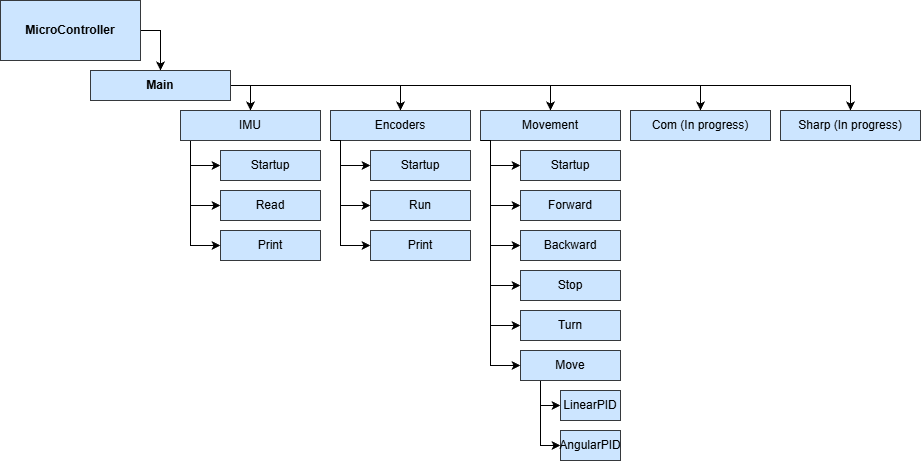
The draw.io diagram CodeDiagram.drawio.png in Gab1575/MREN203_Group9, before a commit. Source tidied: cells renumbered, new cells last; positions are measured from the earlier drawing's top-left corner, leaving out a move shared by most shapes.
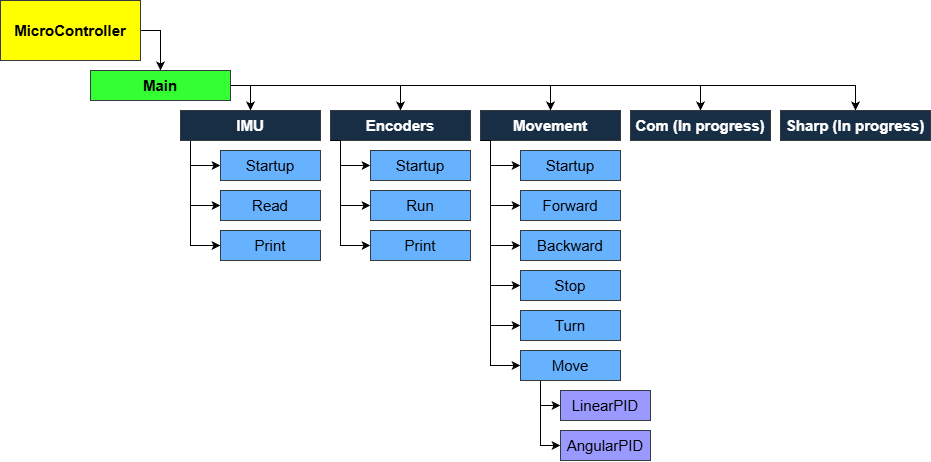
After the change.

Diff of the diagram source:
```diff
@@ -2,39 +2,39 @@
   <root>
     <mxCell id="0" />
     <mxCell id="1" parent="0" />
-    <mxCell id="2" style="edgeStyle=orthogonalEdgeStyle;rounded=0;jettySize=auto;html=1;entryX=0.5;entryY=0;entryDx=0;entryDy=0;" parent="1" edge="1" source="3" target="9">
+    <mxCell id="2" style="edgeStyle=orthogonalEdgeStyle;rounded=0;jettySize=auto;html=1;entryX=0.5;entryY=0;entryDx=0;entryDy=0;fontSize=15;" parent="1" edge="1" source="3" target="9">
       <mxGeometry relative="1" as="geometry">
         <Array as="points">
           <mxPoint x="160" y="30" />
         </Array>
       </mxGeometry>
     </mxCell>
-    <mxCell id="3" value="&lt;font style=&quot;color: light-dark(rgb(0, 0, 0), rgb(0, 0, 0));&quot;&gt;&lt;b&gt;MicroController&lt;/b&gt;&lt;/font&gt;" style="rounded=0;whiteSpace=wrap;html=1;fillColor=light-dark(#CCE5FF,#FFFF00);strokeColor=#36393d;" parent="1" vertex="1">
+    <mxCell id="3" value="&lt;font style=&quot;color: light-dark(rgb(0, 0, 0), rgb(0, 0, 0));&quot;&gt;&lt;b&gt;MicroController&lt;/b&gt;&lt;/font&gt;" style="rounded=0;whiteSpace=wrap;html=1;fillColor=light-dark(#FFFF00,#FFFF00);strokeColor=#36393d;fontSize=15;" parent="1" vertex="1">
       <mxGeometry width="140" height="60" as="geometry" />
     </mxCell>
-    <mxCell id="4" style="edgeStyle=orthogonalEdgeStyle;rounded=0;jettySize=auto;html=1;entryX=0.5;entryY=0;entryDx=0;entryDy=0;" parent="1" edge="1" source="9" target="11">
+    <mxCell id="4" style="edgeStyle=orthogonalEdgeStyle;rounded=0;jettySize=auto;html=1;entryX=0.5;entryY=0;entryDx=0;entryDy=0;fontSize=15;" parent="1" edge="1" source="9" target="11">
       <mxGeometry relative="1" as="geometry">
         <Array as="points">
           <mxPoint x="250" y="85" />
         </Array>
       </mxGeometry>
     </mxCell>
-    <mxCell id="5" style="edgeStyle=orthogonalEdgeStyle;rounded=0;jettySize=auto;html=1;entryX=0.5;entryY=0;entryDx=0;entryDy=0;" parent="1" edge="1" source="9" target="15">
+    <mxCell id="5" style="edgeStyle=orthogonalEdgeStyle;rounded=0;jettySize=auto;html=1;entryX=0.5;entryY=0;entryDx=0;entryDy=0;fontSize=15;" parent="1" edge="1" source="9" target="15">
       <mxGeometry relative="1" as="geometry" />
     </mxCell>
-    <mxCell id="6" style="edgeStyle=orthogonalEdgeStyle;rounded=0;jettySize=auto;html=1;exitX=1;exitY=0.5;exitDx=0;exitDy=0;entryX=0.5;entryY=0;entryDx=0;entryDy=0;" parent="1" edge="1" source="9" target="19">
+    <mxCell id="6" style="edgeStyle=orthogonalEdgeStyle;rounded=0;jettySize=auto;html=1;exitX=1;exitY=0.5;exitDx=0;exitDy=0;entryX=0.5;entryY=0;entryDx=0;entryDy=0;fontSize=15;" parent="1" edge="1" source="9" target="19">
       <mxGeometry relative="1" as="geometry" />
     </mxCell>
-    <mxCell id="7" style="edgeStyle=orthogonalEdgeStyle;rounded=0;jettySize=auto;html=1;entryX=0.5;entryY=0;entryDx=0;entryDy=0;" parent="1" edge="1" source="9" target="29">
+    <mxCell id="7" style="edgeStyle=orthogonalEdgeStyle;rounded=0;jettySize=auto;html=1;entryX=0.5;entryY=0;entryDx=0;entryDy=0;fontSize=15;" parent="1" edge="1" source="9" target="29">
       <mxGeometry relative="1" as="geometry" />
     </mxCell>
-    <mxCell id="8" style="edgeStyle=orthogonalEdgeStyle;rounded=0;jettySize=auto;html=1;entryX=0.5;entryY=0;entryDx=0;entryDy=0;" parent="1" edge="1" source="9" target="30">
+    <mxCell id="8" style="edgeStyle=orthogonalEdgeStyle;rounded=0;jettySize=auto;html=1;entryX=0.5;entryY=0;entryDx=0;entryDy=0;fontSize=15;" parent="1" edge="1" source="9" target="30">
       <mxGeometry relative="1" as="geometry" />
     </mxCell>
-    <mxCell id="9" value="&lt;b&gt;&lt;font style=&quot;color: light-dark(rgb(0, 0, 0), rgb(0, 0, 0));&quot;&gt;Main&lt;/font&gt;&lt;/b&gt;" style="rounded=0;whiteSpace=wrap;html=1;fillColor=light-dark(#CCE5FF,#33FF33);strokeColor=#36393d;" parent="1" vertex="1">
+    <mxCell id="9" value="&lt;b&gt;&lt;font style=&quot;color: light-dark(rgb(0, 0, 0), rgb(0, 0, 0));&quot;&gt;Main&lt;/font&gt;&lt;/b&gt;" style="rounded=0;whiteSpace=wrap;html=1;fillColor=light-dark(#33FF33,#33FF33);strokeColor=#36393d;fontSize=15;" parent="1" vertex="1">
       <mxGeometry x="90" y="70" width="140" height="30" as="geometry" />
     </mxCell>
-    <mxCell id="10" style="edgeStyle=orthogonalEdgeStyle;rounded=0;jettySize=auto;html=1;exitX=0;exitY=1;exitDx=0;exitDy=0;entryX=0;entryY=0.5;entryDx=0;entryDy=0;" parent="1" edge="1" source="11" target="12">
+    <mxCell id="10" style="edgeStyle=orthogonalEdgeStyle;rounded=0;jettySize=auto;html=1;exitX=0;exitY=1;exitDx=0;exitDy=0;entryX=0;entryY=0.5;entryDx=0;entryDy=0;fontSize=15;" parent="1" edge="1" source="11" target="12">
       <mxGeometry relative="1" as="geometry">
         <Array as="points">
           <mxPoint x="190" y="140" />
@@ -42,49 +42,49 @@
         </Array>
       </mxGeometry>
     </mxCell>
-    <mxCell id="11" value="IMU" style="rounded=0;whiteSpace=wrap;html=1;fillColor=#cce5ff;strokeColor=#36393d;" parent="1" vertex="1">
+    <mxCell id="11" value="IMU" style="rounded=0;whiteSpace=wrap;html=1;fillColor=light-dark(#182E44,#182E44);strokeColor=#36393d;fontSize=15;fontColor=#FFFFFF;fontStyle=1;" parent="1" vertex="1">
       <mxGeometry x="180" y="110" width="140" height="30" as="geometry" />
     </mxCell>
-    <mxCell id="12" value="Startup" style="rounded=0;whiteSpace=wrap;html=1;fillColor=light-dark(#CCE5FF,#66B2FF);strokeColor=#36393d;" parent="1" vertex="1">
+    <mxCell id="12" value="Startup" style="rounded=0;whiteSpace=wrap;html=1;fillColor=light-dark(#66B2FF,#66B2FF);strokeColor=#36393d;fontSize=15;" parent="1" vertex="1">
       <mxGeometry x="220" y="150" width="100" height="30" as="geometry" />
     </mxCell>
-    <mxCell id="13" value="Read" style="rounded=0;whiteSpace=wrap;html=1;fillColor=light-dark(#CCE5FF,#66B2FF);strokeColor=#36393d;" parent="1" vertex="1">
+    <mxCell id="13" value="Read" style="rounded=0;whiteSpace=wrap;html=1;fillColor=light-dark(#66B2FF,#66B2FF);strokeColor=#36393d;fontSize=15;" parent="1" vertex="1">
       <mxGeometry x="220" y="190" width="100" height="30" as="geometry" />
     </mxCell>
-    <mxCell id="14" value="Print" style="rounded=0;whiteSpace=wrap;html=1;fillColor=light-dark(#CCE5FF,#66B2FF);strokeColor=#36393d;" parent="1" vertex="1">
+    <mxCell id="14" value="Print" style="rounded=0;whiteSpace=wrap;html=1;fillColor=light-dark(#66B2FF,#66B2FF);strokeColor=#36393d;fontSize=15;" parent="1" vertex="1">
       <mxGeometry x="220" y="230" width="100" height="30" as="geometry" />
     </mxCell>
-    <mxCell id="15" value="Encoders" style="rounded=0;whiteSpace=wrap;html=1;fillColor=#cce5ff;strokeColor=#36393d;" parent="1" vertex="1">
+    <mxCell id="15" value="Encoders" style="rounded=0;whiteSpace=wrap;html=1;fillColor=light-dark(#182E44,#182E44);strokeColor=#36393d;fontSize=15;fontColor=#FFFFFF;fontStyle=1;" parent="1" vertex="1">
       <mxGeometry x="330" y="110" width="140" height="30" as="geometry" />
     </mxCell>
-    <mxCell id="16" value="Startup" style="rounded=0;whiteSpace=wrap;html=1;fillColor=light-dark(#CCE5FF,#66B2FF);strokeColor=#36393d;" parent="1" vertex="1">
+    <mxCell id="16" value="Startup" style="rounded=0;whiteSpace=wrap;html=1;fillColor=light-dark(#66B2FF,#66B2FF);strokeColor=#36393d;fontSize=15;" parent="1" vertex="1">
       <mxGeometry x="370" y="150" width="100" height="30" as="geometry" />
     </mxCell>
-    <mxCell id="17" value="Run" style="rounded=0;whiteSpace=wrap;html=1;fillColor=light-dark(#CCE5FF,#66B2FF);strokeColor=#36393d;" parent="1" vertex="1">
+    <mxCell id="17" value="Run" style="rounded=0;whiteSpace=wrap;html=1;fillColor=light-dark(#66B2FF,#66B2FF);strokeColor=#36393d;fontSize=15;" parent="1" vertex="1">
       <mxGeometry x="370" y="190" width="100" height="30" as="geometry" />
     </mxCell>
-    <mxCell id="18" value="Print" style="rounded=0;whiteSpace=wrap;html=1;fillColor=light-dark(#CCE5FF,#66B2FF);strokeColor=#36393d;" parent="1" vertex="1">
+    <mxCell id="18" value="Print" style="rounded=0;whiteSpace=wrap;html=1;fillColor=light-dark(#66B2FF,#66B2FF);strokeColor=#36393d;fontSize=15;" parent="1" vertex="1">
       <mxGeometry x="370" y="230" width="100" height="30" as="geometry" />
     </mxCell>
-    <mxCell id="19" value="Movement" style="rounded=0;whiteSpace=wrap;html=1;fillColor=#cce5ff;strokeColor=#36393d;" parent="1" vertex="1">
+    <mxCell id="19" value="Movement" style="rounded=0;whiteSpace=wrap;html=1;fillColor=light-dark(#182E44,#182E44);strokeColor=#36393d;fontSize=15;fontColor=#FFFFFF;fontStyle=1;" parent="1" vertex="1">
       <mxGeometry x="480" y="110" width="140" height="30" as="geometry" />
     </mxCell>
-    <mxCell id="20" value="Startup" style="rounded=0;whiteSpace=wrap;html=1;fillColor=light-dark(#CCE5FF,#66B2FF);strokeColor=#36393d;" parent="1" vertex="1">
+    <mxCell id="20" value="Startup" style="rounded=0;whiteSpace=wrap;html=1;fillColor=light-dark(#66B2FF,#66B2FF);strokeColor=#36393d;fontSize=15;" parent="1" vertex="1">
       <mxGeometry x="520" y="150" width="100" height="30" as="geometry" />
     </mxCell>
-    <mxCell id="21" value="Forward" style="rounded=0;whiteSpace=wrap;html=1;fillColor=light-dark(#CCE5FF,#66B2FF);strokeColor=#36393d;" parent="1" vertex="1">
+    <mxCell id="21" value="Forward" style="rounded=0;whiteSpace=wrap;html=1;fillColor=light-dark(#66B2FF,#66B2FF);strokeColor=#36393d;fontSize=15;" parent="1" vertex="1">
       <mxGeometry x="520" y="190" width="100" height="30" as="geometry" />
     </mxCell>
-    <mxCell id="22" value="Backward" style="rounded=0;whiteSpace=wrap;html=1;fillColor=light-dark(#CCE5FF,#66B2FF);strokeColor=#36393d;" parent="1" vertex="1">
+    <mxCell id="22" value="Backward" style="rounded=0;whiteSpace=wrap;html=1;fillColor=light-dark(#66B2FF,#66B2FF);strokeColor=#36393d;fontSize=15;" parent="1" vertex="1">
       <mxGeometry x="520" y="230" width="100" height="30" as="geometry" />
     </mxCell>
-    <mxCell id="23" value="Stop" style="rounded=0;whiteSpace=wrap;html=1;fillColor=light-dark(#CCE5FF,#66B2FF);strokeColor=#36393d;" parent="1" vertex="1">
+    <mxCell id="23" value="Stop" style="rounded=0;whiteSpace=wrap;html=1;fillColor=light-dark(#66B2FF,#66B2FF);strokeColor=#36393d;fontSize=15;" parent="1" vertex="1">
       <mxGeometry x="520" y="270" width="100" height="30" as="geometry" />
     </mxCell>
-    <mxCell id="24" value="Turn" style="rounded=0;whiteSpace=wrap;html=1;fillColor=light-dark(#CCE5FF,#66B2FF);strokeColor=#36393d;" parent="1" vertex="1">
+    <mxCell id="24" value="Turn" style="rounded=0;whiteSpace=wrap;html=1;fillColor=light-dark(#66B2FF,#66B2FF);strokeColor=#36393d;fontSize=15;" parent="1" vertex="1">
       <mxGeometry x="520" y="310" width="100" height="30" as="geometry" />
     </mxCell>
-    <mxCell id="25" style="edgeStyle=orthogonalEdgeStyle;rounded=0;jettySize=auto;html=1;exitX=0.25;exitY=1;exitDx=0;exitDy=0;entryX=0;entryY=0.5;entryDx=0;entryDy=0;" parent="1" edge="1" source="26" target="27">
+    <mxCell id="25" style="edgeStyle=orthogonalEdgeStyle;rounded=0;jettySize=auto;html=1;exitX=0.25;exitY=1;exitDx=0;exitDy=0;entryX=0;entryY=0.5;entryDx=0;entryDy=0;fontSize=15;" parent="1" edge="1" source="26" target="27">
       <mxGeometry relative="1" as="geometry">
         <Array as="points">
           <mxPoint x="540" y="380" />
@@ -92,22 +92,22 @@
         </Array>
       </mxGeometry>
     </mxCell>
-    <mxCell id="26" value="Move" style="rounded=0;whiteSpace=wrap;html=1;fillColor=light-dark(#CCE5FF,#66B2FF);strokeColor=#36393d;" parent="1" vertex="1">
+    <mxCell id="26" value="Move" style="rounded=0;whiteSpace=wrap;html=1;fillColor=light-dark(#66B2FF,#66B2FF);strokeColor=#36393d;fontSize=15;" parent="1" vertex="1">
       <mxGeometry x="520" y="350" width="100" height="30" as="geometry" />
     </mxCell>
-    <mxCell id="27" value="LinearPID" style="rounded=0;whiteSpace=wrap;html=1;fillColor=light-dark(#CCE5FF,#9999FF);strokeColor=#36393d;" parent="1" vertex="1">
-      <mxGeometry x="560" y="390" width="60" height="30" as="geometry" />
+    <mxCell id="27" value="LinearPID" style="rounded=0;whiteSpace=wrap;html=1;fillColor=light-dark(#9999FF,#9999FF);strokeColor=#36393d;fontSize=15;" parent="1" vertex="1">
+      <mxGeometry x="560" y="390" width="90" height="30" as="geometry" />
     </mxCell>
-    <mxCell id="28" value="AngularPID" style="rounded=0;whiteSpace=wrap;html=1;fillColor=light-dark(#CCE5FF,#9999FF);strokeColor=#36393d;" parent="1" vertex="1">
-      <mxGeometry x="560" y="430" width="60" height="30" as="geometry" />
+    <mxCell id="28" value="AngularPID" style="rounded=0;whiteSpace=wrap;html=1;fillColor=light-dark(#9999FF,#9999FF);strokeColor=#36393d;fontSize=15;" parent="1" vertex="1">
+      <mxGeometry x="560" y="430" width="90" height="30" as="geometry" />
     </mxCell>
-    <mxCell id="29" value="Com (In progress)" style="rounded=0;whiteSpace=wrap;html=1;fillColor=#cce5ff;strokeColor=#36393d;" parent="1" vertex="1">
+    <mxCell id="29" value="Com (In progress)" style="rounded=0;whiteSpace=wrap;html=1;fillColor=light-dark(#182E44,#182E44);strokeColor=#36393d;fontSize=15;fontColor=#FFFFFF;fontStyle=1;" parent="1" vertex="1">
       <mxGeometry x="630" y="110" width="140" height="30" as="geometry" />
     </mxCell>
-    <mxCell id="30" value="Sharp (In progress)" style="rounded=0;whiteSpace=wrap;html=1;fillColor=#cce5ff;strokeColor=#36393d;" parent="1" vertex="1">
-      <mxGeometry x="780" y="110" width="140" height="30" as="geometry" />
+    <mxCell id="30" value="Sharp (In progress)" style="rounded=0;whiteSpace=wrap;html=1;fillColor=light-dark(#182E44,#182E44);strokeColor=#36393d;fontSize=15;fontColor=#FFFFFF;fontStyle=1;" parent="1" vertex="1">
+      <mxGeometry x="780" y="110" width="150" height="30" as="geometry" />
     </mxCell>
-    <mxCell id="31" style="edgeStyle=orthogonalEdgeStyle;rounded=0;jettySize=auto;html=1;entryX=0;entryY=0.5;entryDx=0;entryDy=0;" parent="1" edge="1" target="13">
+    <mxCell id="31" style="edgeStyle=orthogonalEdgeStyle;rounded=0;jettySize=auto;html=1;entryX=0;entryY=0.5;entryDx=0;entryDy=0;fontSize=15;" parent="1" edge="1" target="13">
       <mxGeometry relative="1" as="geometry">
         <mxPoint x="190" y="150" as="sourcePoint" />
         <Array as="points">
@@ -116,7 +116,7 @@
         </Array>
       </mxGeometry>
     </mxCell>
-    <mxCell id="32" style="edgeStyle=orthogonalEdgeStyle;rounded=0;jettySize=auto;html=1;" parent="1" edge="1" target="14">
+    <mxCell id="32" style="edgeStyle=orthogonalEdgeStyle;rounded=0;jettySize=auto;html=1;fontSize=15;" parent="1" edge="1" target="14">
       <mxGeometry relative="1" as="geometry">
         <mxPoint x="190" y="200" as="sourcePoint" />
         <Array as="points">
@@ -124,7 +124,7 @@
         </Array>
       </mxGeometry>
     </mxCell>
-    <mxCell id="33" style="edgeStyle=orthogonalEdgeStyle;rounded=0;orthogonalLoop=1;jettySize=auto;html=1;exitX=0;exitY=1;exitDx=0;exitDy=0;entryX=0;entryY=0.5;entryDx=0;entryDy=0;" parent="1" edge="1">
+    <mxCell id="33" style="edgeStyle=orthogonalEdgeStyle;rounded=0;orthogonalLoop=1;jettySize=auto;html=1;exitX=0;exitY=1;exitDx=0;exitDy=0;entryX=0;entryY=0.5;entryDx=0;entryDy=0;fontSize=15;" parent="1" edge="1">
       <mxGeometry relative="1" as="geometry">
         <mxPoint x="330" y="140" as="sourcePoint" />
         <mxPoint x="370" y="165" as="targetPoint" />
@@ -134,7 +134,7 @@
         </Array>
       </mxGeometry>
     </mxCell>
-    <mxCell id="34" style="edgeStyle=orthogonalEdgeStyle;rounded=0;orthogonalLoop=1;jettySize=auto;html=1;entryX=0;entryY=0.5;entryDx=0;entryDy=0;" parent="1" edge="1">
+    <mxCell id="34" style="edgeStyle=orthogonalEdgeStyle;rounded=0;orthogonalLoop=1;jettySize=auto;html=1;entryX=0;entryY=0.5;entryDx=0;entryDy=0;fontSize=15;" parent="1" edge="1">
       <mxGeometry relative="1" as="geometry">
         <mxPoint x="340" y="150" as="sourcePoint" />
         <mxPoint x="370" y="205" as="targetPoint" />
@@ -144,7 +144,7 @@
         </Array>
       </mxGeometry>
     </mxCell>
-    <mxCell id="35" style="edgeStyle=orthogonalEdgeStyle;rounded=0;orthogonalLoop=1;jettySize=auto;html=1;" parent="1" edge="1">
+    <mxCell id="35" style="edgeStyle=orthogonalEdgeStyle;rounded=0;orthogonalLoop=1;jettySize=auto;html=1;fontSize=15;" parent="1" edge="1">
       <mxGeometry relative="1" as="geometry">
         <mxPoint x="340" y="200" as="sourcePoint" />
         <mxPoint x="370" y="245" as="targetPoint" />
@@ -153,7 +153,7 @@
         </Array>
       </mxGeometry>
     </mxCell>
-    <mxCell id="36" style="edgeStyle=orthogonalEdgeStyle;rounded=0;orthogonalLoop=1;jettySize=auto;html=1;exitX=0;exitY=1;exitDx=0;exitDy=0;entryX=0;entryY=0.5;entryDx=0;entryDy=0;" parent="1" edge="1">
+    <mxCell id="36" style="edgeStyle=orthogonalEdgeStyle;rounded=0;orthogonalLoop=1;jettySize=auto;html=1;exitX=0;exitY=1;exitDx=0;exitDy=0;entryX=0;entryY=0.5;entryDx=0;entryDy=0;fontSize=15;" parent="1" edge="1">
       <mxGeometry relative="1" as="geometry">
         <mxPoint x="480" y="140" as="sourcePoint" />
         <mxPoint x="520" y="165" as="targetPoint" />
@@ -163,7 +163,7 @@
         </Array>
       </mxGeometry>
     </mxCell>
-    <mxCell id="37" style="edgeStyle=orthogonalEdgeStyle;rounded=0;orthogonalLoop=1;jettySize=auto;html=1;entryX=0;entryY=0.5;entryDx=0;entryDy=0;" parent="1" edge="1">
+    <mxCell id="37" style="edgeStyle=orthogonalEdgeStyle;rounded=0;orthogonalLoop=1;jettySize=auto;html=1;entryX=0;entryY=0.5;entryDx=0;entryDy=0;fontSize=15;" parent="1" edge="1">
       <mxGeometry relative="1" as="geometry">
         <mxPoint x="490" y="150" as="sourcePoint" />
         <mxPoint x="520" y="205" as="targetPoint" />
@@ -173,7 +173,7 @@
         </Array>
       </mxGeometry>
     </mxCell>
-    <mxCell id="38" style="edgeStyle=orthogonalEdgeStyle;rounded=0;orthogonalLoop=1;jettySize=auto;html=1;" parent="1" edge="1">
+    <mxCell id="38" style="edgeStyle=orthogonalEdgeStyle;rounded=0;orthogonalLoop=1;jettySize=auto;html=1;fontSize=15;" parent="1" edge="1">
       <mxGeometry relative="1" as="geometry">
         <mxPoint x="490" y="200" as="sourcePoint" />
         <mxPoint x="520" y="245" as="targetPoint" />
@@ -182,7 +182,7 @@
         </Array>
       </mxGeometry>
     </mxCell>
-    <mxCell id="39" style="edgeStyle=orthogonalEdgeStyle;rounded=0;orthogonalLoop=1;jettySize=auto;html=1;entryX=0;entryY=0.5;entryDx=0;entryDy=0;" parent="1" edge="1">
+    <mxCell id="39" style="edgeStyle=orthogonalEdgeStyle;rounded=0;orthogonalLoop=1;jettySize=auto;html=1;entryX=0;entryY=0.5;entryDx=0;entryDy=0;fontSize=15;" parent="1" edge="1">
       <mxGeometry relative="1" as="geometry">
         <mxPoint x="490" y="240" as="sourcePoint" />
         <mxPoint x="520" y="285" as="targetPoint" />
@@ -192,7 +192,7 @@
         </Array>
       </mxGeometry>
     </mxCell>
-    <mxCell id="40" style="edgeStyle=orthogonalEdgeStyle;rounded=0;orthogonalLoop=1;jettySize=auto;html=1;entryX=0;entryY=0.5;entryDx=0;entryDy=0;" parent="1" edge="1">
+    <mxCell id="40" style="edgeStyle=orthogonalEdgeStyle;rounded=0;orthogonalLoop=1;jettySize=auto;html=1;entryX=0;entryY=0.5;entryDx=0;entryDy=0;fontSize=15;" parent="1" edge="1">
       <mxGeometry relative="1" as="geometry">
         <mxPoint x="490" y="270" as="sourcePoint" />
         <mxPoint x="520" y="325" as="targetPoint" />
@@ -202,7 +202,7 @@
         </Array>
       </mxGeometry>
     </mxCell>
-    <mxCell id="41" style="edgeStyle=orthogonalEdgeStyle;rounded=0;orthogonalLoop=1;jettySize=auto;html=1;" parent="1" edge="1">
+    <mxCell id="41" style="edgeStyle=orthogonalEdgeStyle;rounded=0;orthogonalLoop=1;jettySize=auto;html=1;fontSize=15;" parent="1" edge="1">
       <mxGeometry relative="1" as="geometry">
         <mxPoint x="490" y="320" as="sourcePoint" />
         <mxPoint x="520" y="365" as="targetPoint" />
@@ -211,7 +211,7 @@
         </Array>
       </mxGeometry>
     </mxCell>
-    <mxCell id="42" style="edgeStyle=orthogonalEdgeStyle;rounded=0;orthogonalLoop=1;jettySize=auto;html=1;entryX=0;entryY=0.5;entryDx=0;entryDy=0;" parent="1" edge="1">
+    <mxCell id="42" style="edgeStyle=orthogonalEdgeStyle;rounded=0;orthogonalLoop=1;jettySize=auto;html=1;entryX=0;entryY=0.5;entryDx=0;entryDy=0;fontSize=15;" parent="1" edge="1">
       <mxGeometry relative="1" as="geometry">
         <mxPoint x="540" y="400" as="sourcePoint" />
         <mxPoint x="560" y="445" as="targetPoint" />
```
